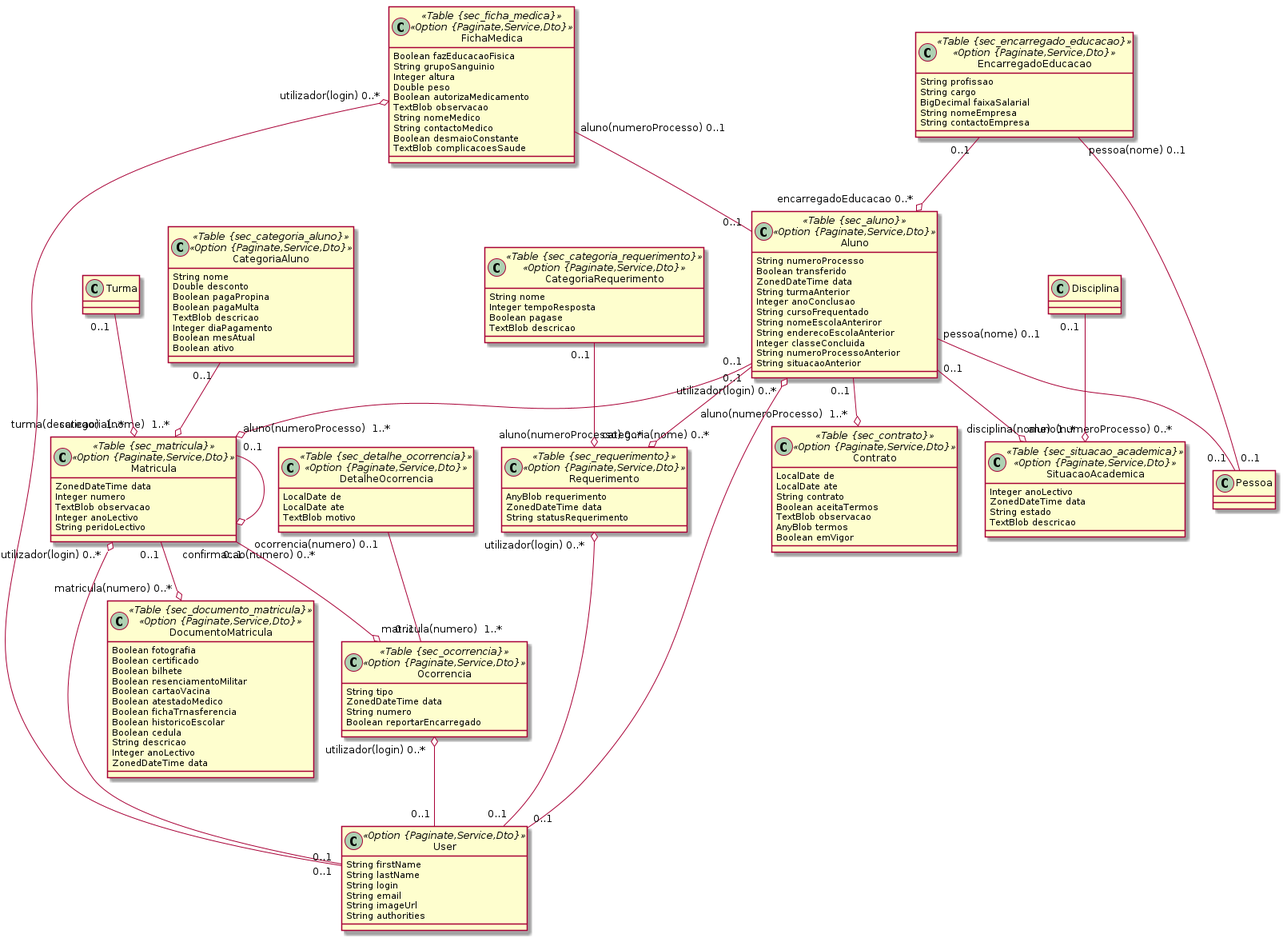
The PlantUML diagram domain-ensino/3secretaria.png in ravunana/manda-ensino, before a commit. Source of this version:
```plantuml
@startuml
	!pragma syntax class
	class CategoriaAluno <<Table {sec_categoria_aluno}>><<Option {Paginate,Service,Dto}>> {
		String nome
		Double desconto
		Boolean pagaPropina
		Boolean pagaMulta
		TextBlob descricao
		Integer diaPagamento
		Boolean mesAtual
		Boolean ativo
	}
	class Ocorrencia <<Table {sec_ocorrencia}>><<Option {Paginate,Service,Dto}>> {
		String tipo
		ZonedDateTime data
		String numero
		Boolean reportarEncarregado
	}
	class DetalheOcorrencia <<Table {sec_detalhe_ocorrencia}>><<Option {Paginate,Service,Dto}>> {
		LocalDate de
		LocalDate ate
		TextBlob motivo
	}
	class FichaMedica <<Table {sec_ficha_medica}>><<Option {Paginate,Service,Dto}>> {
		Boolean fazEducacaoFisica
		String grupoSanguinio
		Integer altura
		Double peso
		Boolean autorizaMedicamento
		TextBlob observacao
		String nomeMedico
		String contactoMedico
		Boolean desmaioConstante
		TextBlob complicacoesSaude
	}
	class Aluno <<Table {sec_aluno}>><<Option {Paginate,Service,Dto}>> {
		String numeroProcesso
		Boolean transferido
		ZonedDateTime data
		String turmaAnterior
		Integer anoConclusao
		String cursoFrequentado
		String nomeEscolaAnteriror
		String enderecoEscolaAnterior
		Integer classeConcluida
		String numeroProcessoAnterior
		String situacaoAnterior
	}
	class SituacaoAcademica <<Table {sec_situacao_academica}>><<Option {Paginate,Service,Dto}>> {
		Integer anoLectivo
		ZonedDateTime data
		String estado
		TextBlob descricao
	}
	class EncarregadoEducacao <<Table {sec_encarregado_educacao}>><<Option {Paginate,Service,Dto}>> {
		String profissao
		String cargo
		BigDecimal faixaSalarial
		String nomeEmpresa
		String contactoEmpresa
	}
	class Matricula <<Table {sec_matricula}>><<Option {Paginate,Service,Dto}>> {
		ZonedDateTime data
		Integer numero
		TextBlob observacao
		Integer anoLectivo
		String peridoLectivo
	}
	class DocumentoMatricula <<Table {sec_documento_matricula}>><<Option {Paginate,Service,Dto}>> {
		Boolean fotografia
		Boolean certificado
		Boolean bilhete
		Boolean resenciamentoMilitar
		Boolean cartaoVacina
		Boolean atestadoMedico
		Boolean fichaTrnasferencia
		Boolean historicoEscolar
		Boolean cedula
		String descricao
		Integer anoLectivo
		ZonedDateTime data
	}
	class CategoriaRequerimento <<Table {sec_categoria_requerimento}>><<Option {Paginate,Service,Dto}>> {
		String nome
		Integer tempoResposta
		Boolean pagase
		TextBlob descricao
	}
	class Requerimento <<Table {sec_requerimento}>><<Option {Paginate,Service,Dto}>> {
		AnyBlob requerimento
		ZonedDateTime data
		String statusRequerimento
	}
	class Contrato <<Table {sec_contrato}>><<Option {Paginate,Service,Dto}>> {
		LocalDate de
		LocalDate ate
		String contrato
		Boolean aceitaTermos
		TextBlob observacao
		AnyBlob termos
		Boolean emVigor
	}
	Aluno  "0..1 " --o "aluno(numeroProcesso)  1..* "  Matricula
	Matricula  "0..1 " --o "confirmacao(numero) 0..* "  Matricula
	CategoriaAluno  "0..1 " --o "categoria(nome)  1..* "  Matricula
	Matricula  "0..1 " --o "matricula(numero)  1..* "  Ocorrencia
	CategoriaRequerimento  "0..1 " --o "categoria(nome) 0..* "  Requerimento
	Aluno  "0..1 " --o "aluno(numeroProcesso)  1..* "  Contrato
	Aluno  "0..1 " --o "aluno(numeroProcesso) 0..* "  SituacaoAcademica
	Matricula  "0..1 " --o "matricula(numero) 0..* "  DocumentoMatricula
	Turma  "0..1 " --o "turma(descricao)  1..* "  Matricula
	Aluno  "0..1 " --o "aluno(numeroProcesso) 0..* "  Requerimento
	EncarregadoEducacao  "0..1 " --o "encarregadoEducacao 0..* "  Aluno
	Disciplina  "0..1 " --o "disciplina(nome)  1..* "  SituacaoAcademica
	FichaMedica  "aluno(numeroProcesso) 0..1 " -- "0..1 "  Aluno
	DetalheOcorrencia  "ocorrencia(numero) 0..1 " -- "0..1 "  Ocorrencia
	Aluno  "pessoa(nome) 0..1 " -- "0..1 "  Pessoa
	EncarregadoEducacao  "pessoa(nome) 0..1 " -- "0..1 "  Pessoa
	Aluno  "utilizador(login) 0..* " o-- "0..1 "  User
	Matricula  "utilizador(login) 0..* " o-- "0..1 "  User
	Ocorrencia  "utilizador(login) 0..* " o-- "0..1 "  User
	FichaMedica  "utilizador(login) 0..* " o-- "0..1 "  User
	Requerimento  "utilizador(login) 0..* " o-- "0..1 "  User
	class User <<Option {Paginate,Service,Dto}>> {
		String firstName
		String lastName
		String login
		String email
		String imageUrl
		String authorities
	}
@enduml
```
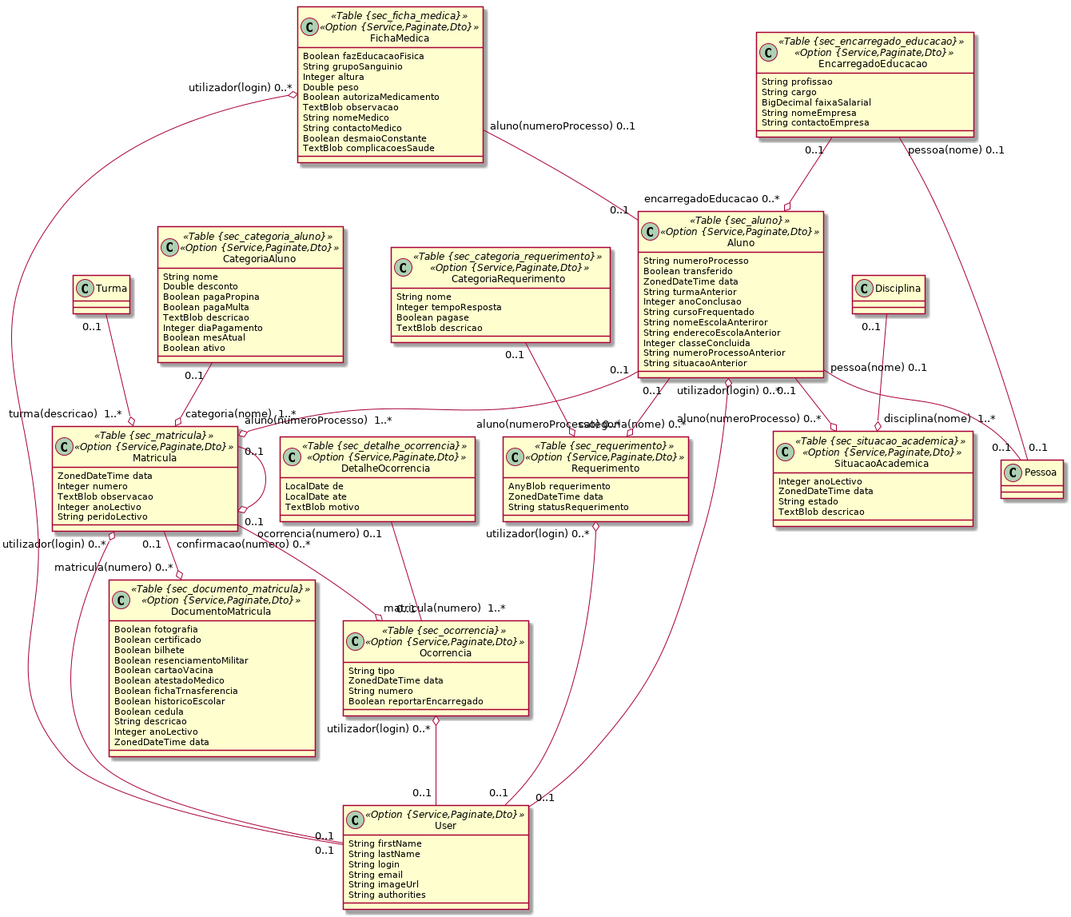
Above is the later version.

Diff of the diagram source:
```diff
@@ -1,6 +1,6 @@
 @startuml
 	!pragma syntax class
-	class CategoriaAluno <<Table {sec_categoria_aluno}>><<Option {Paginate,Service,Dto}>> {
+	class CategoriaAluno <<Table {sec_categoria_aluno}>><<Option {Service,Paginate,Dto}>> {
 		String nome
 		Double desconto
 		Boolean pagaPropina
@@ -10,18 +10,18 @@
 		Boolean mesAtual
 		Boolean ativo
 	}
-	class Ocorrencia <<Table {sec_ocorrencia}>><<Option {Paginate,Service,Dto}>> {
+	class Ocorrencia <<Table {sec_ocorrencia}>><<Option {Service,Paginate,Dto}>> {
 		String tipo
 		ZonedDateTime data
 		String numero
 		Boolean reportarEncarregado
 	}
-	class DetalheOcorrencia <<Table {sec_detalhe_ocorrencia}>><<Option {Paginate,Service,Dto}>> {
+	class DetalheOcorrencia <<Table {sec_detalhe_ocorrencia}>><<Option {Service,Paginate,Dto}>> {
 		LocalDate de
 		LocalDate ate
 		TextBlob motivo
 	}
-	class FichaMedica <<Table {sec_ficha_medica}>><<Option {Paginate,Service,Dto}>> {
+	class FichaMedica <<Table {sec_ficha_medica}>><<Option {Service,Paginate,Dto}>> {
 		Boolean fazEducacaoFisica
 		String grupoSanguinio
 		Integer altura
@@ -33,7 +33,7 @@
 		Boolean desmaioConstante
 		TextBlob complicacoesSaude
 	}
-	class Aluno <<Table {sec_aluno}>><<Option {Paginate,Service,Dto}>> {
+	class Aluno <<Table {sec_aluno}>><<Option {Service,Paginate,Dto}>> {
 		String numeroProcesso
 		Boolean transferido
 		ZonedDateTime data
@@ -46,27 +46,27 @@
 		String numeroProcessoAnterior
 		String situacaoAnterior
 	}
-	class SituacaoAcademica <<Table {sec_situacao_academica}>><<Option {Paginate,Service,Dto}>> {
+	class SituacaoAcademica <<Table {sec_situacao_academica}>><<Option {Service,Paginate,Dto}>> {
 		Integer anoLectivo
 		ZonedDateTime data
 		String estado
 		TextBlob descricao
 	}
-	class EncarregadoEducacao <<Table {sec_encarregado_educacao}>><<Option {Paginate,Service,Dto}>> {
+	class EncarregadoEducacao <<Table {sec_encarregado_educacao}>><<Option {Service,Paginate,Dto}>> {
 		String profissao
 		String cargo
 		BigDecimal faixaSalarial
 		String nomeEmpresa
 		String contactoEmpresa
 	}
-	class Matricula <<Table {sec_matricula}>><<Option {Paginate,Service,Dto}>> {
+	class Matricula <<Table {sec_matricula}>><<Option {Service,Paginate,Dto}>> {
 		ZonedDateTime data
 		Integer numero
 		TextBlob observacao
 		Integer anoLectivo
 		String peridoLectivo
 	}
-	class DocumentoMatricula <<Table {sec_documento_matricula}>><<Option {Paginate,Service,Dto}>> {
+	class DocumentoMatricula <<Table {sec_documento_matricula}>><<Option {Service,Paginate,Dto}>> {
 		Boolean fotografia
 		Boolean certificado
 		Boolean bilhete
@@ -80,32 +80,22 @@
 		Integer anoLectivo
 		ZonedDateTime data
 	}
-	class CategoriaRequerimento <<Table {sec_categoria_requerimento}>><<Option {Paginate,Service,Dto}>> {
+	class CategoriaRequerimento <<Table {sec_categoria_requerimento}>><<Option {Service,Paginate,Dto}>> {
 		String nome
 		Integer tempoResposta
 		Boolean pagase
 		TextBlob descricao
 	}
-	class Requerimento <<Table {sec_requerimento}>><<Option {Paginate,Service,Dto}>> {
+	class Requerimento <<Table {sec_requerimento}>><<Option {Service,Paginate,Dto}>> {
 		AnyBlob requerimento
 		ZonedDateTime data
 		String statusRequerimento
-	}
-	class Contrato <<Table {sec_contrato}>><<Option {Paginate,Service,Dto}>> {
-		LocalDate de
-		LocalDate ate
-		String contrato
-		Boolean aceitaTermos
-		TextBlob observacao
-		AnyBlob termos
-		Boolean emVigor
 	}
 	Aluno  "0..1 " --o "aluno(numeroProcesso)  1..* "  Matricula
 	Matricula  "0..1 " --o "confirmacao(numero) 0..* "  Matricula
 	CategoriaAluno  "0..1 " --o "categoria(nome)  1..* "  Matricula
 	Matricula  "0..1 " --o "matricula(numero)  1..* "  Ocorrencia
 	CategoriaRequerimento  "0..1 " --o "categoria(nome) 0..* "  Requerimento
-	Aluno  "0..1 " --o "aluno(numeroProcesso)  1..* "  Contrato
 	Aluno  "0..1 " --o "aluno(numeroProcesso) 0..* "  SituacaoAcademica
 	Matricula  "0..1 " --o "matricula(numero) 0..* "  DocumentoMatricula
 	Turma  "0..1 " --o "turma(descricao)  1..* "  Matricula
@@ -121,7 +111,7 @@
 	Ocorrencia  "utilizador(login) 0..* " o-- "0..1 "  User
 	FichaMedica  "utilizador(login) 0..* " o-- "0..1 "  User
 	Requerimento  "utilizador(login) 0..* " o-- "0..1 "  User
-	class User <<Option {Paginate,Service,Dto}>> {
+	class User <<Option {Service,Paginate,Dto}>> {
 		String firstName
 		String lastName
 		String login
```
